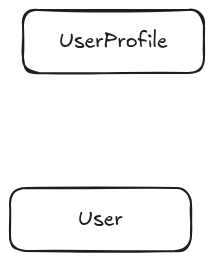
Earlier version of the Excalidraw export TEcommerceWebApi/db-schema.excalidraw.png (MDalamin5/The-Ultimate-C_Sharp-Learning-Lab-TestLine). Source tidied: one line per element, renumbered; positions are measured from the earlier drawing's top-left corner, leaving out a move shared by most shapes.
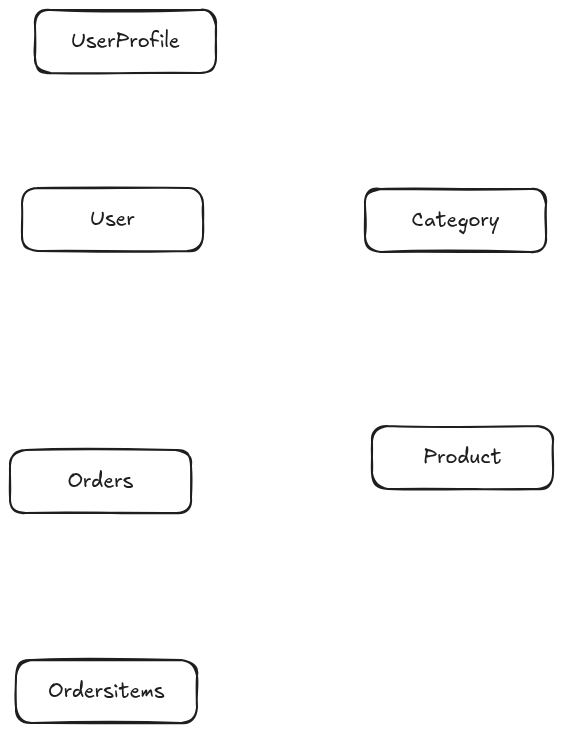
After the change.

Commit message:
products table table define and start to build connection

Diff of the diagram source:
```diff
@@ -2,3 +2,11 @@
 {"id": 1, "type": "text", "text": "UserProfile", "strokeColor": "#1e1e1e", "strokeWidth": 2, "roughness": 1, "fontSize": 20, "fontFamily": 5, "textAlign": "center", "verticalAlign": "middle", "inside": 0, "x": 49, "y": 19, "width": 109, "height": 25}
 {"id": 2, "type": "rectangle", "strokeColor": "#1e1e1e", "strokeWidth": 2, "roughness": 1, "round": true, "x": 0, "y": 178, "width": 181, "height": 63}
 {"id": 3, "type": "text", "text": "User", "strokeColor": "#1e1e1e", "strokeWidth": 2, "roughness": 1, "fontSize": 20, "fontFamily": 5, "textAlign": "center", "verticalAlign": "middle", "inside": 2, "x": 68, "y": 197, "width": 44, "height": 25}
+{"id": 4, "type": "rectangle", "strokeColor": "#1e1e1e", "strokeWidth": 2, "roughness": 1, "round": true, "x": 343, "y": 179, "width": 181, "height": 63}
+{"id": 5, "type": "text", "text": "Category", "strokeColor": "#1e1e1e", "strokeWidth": 2, "roughness": 1, "fontSize": 20, "fontFamily": 5, "textAlign": "center", "verticalAlign": "middle", "inside": 4, "x": 390, "y": 198, "width": 88, "height": 25}
+{"id": 6, "type": "rectangle", "strokeColor": "#1e1e1e", "strokeWidth": 2, "roughness": 1, "round": true, "x": 350, "y": 416, "width": 181, "height": 63}
+{"id": 7, "type": "text", "text": "Product", "strokeColor": "#1e1e1e", "strokeWidth": 2, "roughness": 1, "fontSize": 20, "fontFamily": 5, "textAlign": "center", "verticalAlign": "middle", "inside": 6, "x": 401, "y": 435, "width": 78, "height": 25}
+{"id": 8, "type": "rectangle", "strokeColor": "#1e1e1e", "strokeWidth": 2, "roughness": 1, "round": true, "x": -12, "y": 440, "width": 181, "height": 63}
+{"id": 9, "type": "text", "text": "Orders", "strokeColor": "#1e1e1e", "strokeWidth": 2, "roughness": 1, "fontSize": 20, "fontFamily": 5, "textAlign": "center", "verticalAlign": "middle", "inside": 8, "x": 46, "y": 459, "width": 66, "height": 25}
+{"id": 10, "type": "rectangle", "strokeColor": "#1e1e1e", "strokeWidth": 2, "roughness": 1, "round": true, "x": -6, "y": 650, "width": 181, "height": 63}
+{"id": 11, "type": "text", "text": "Ordersitems", "strokeColor": "#1e1e1e", "strokeWidth": 2, "roughness": 1, "fontSize": 20, "fontFamily": 5, "textAlign": "center", "verticalAlign": "middle", "inside": 10, "x": 26, "y": 669, "width": 116, "height": 25}
```
